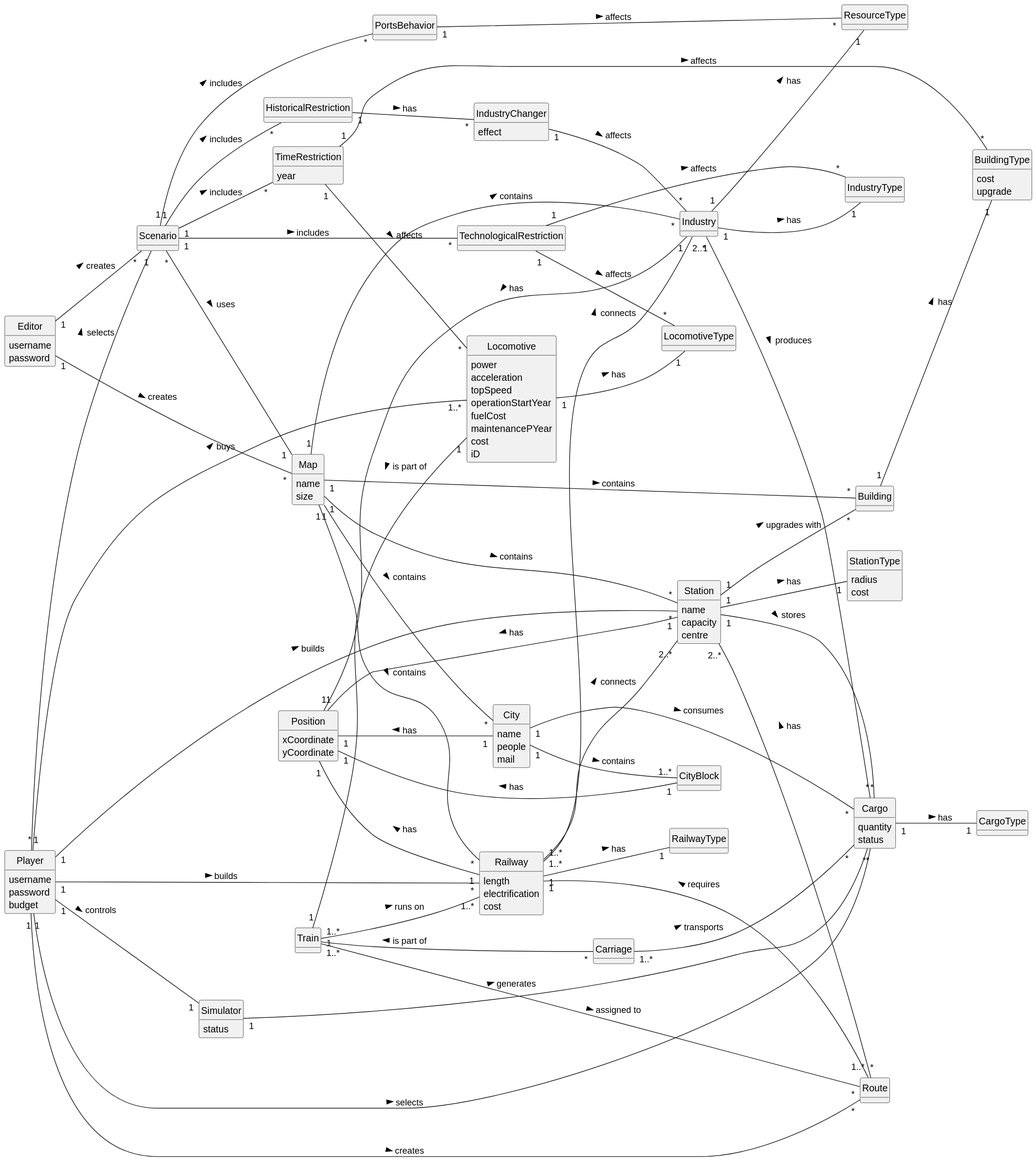
Above: Sprint2/global-artifacts/02.analysis/svg/DM.svg in 1240935/pi2-railway-simulator (PlantUML), before the change.
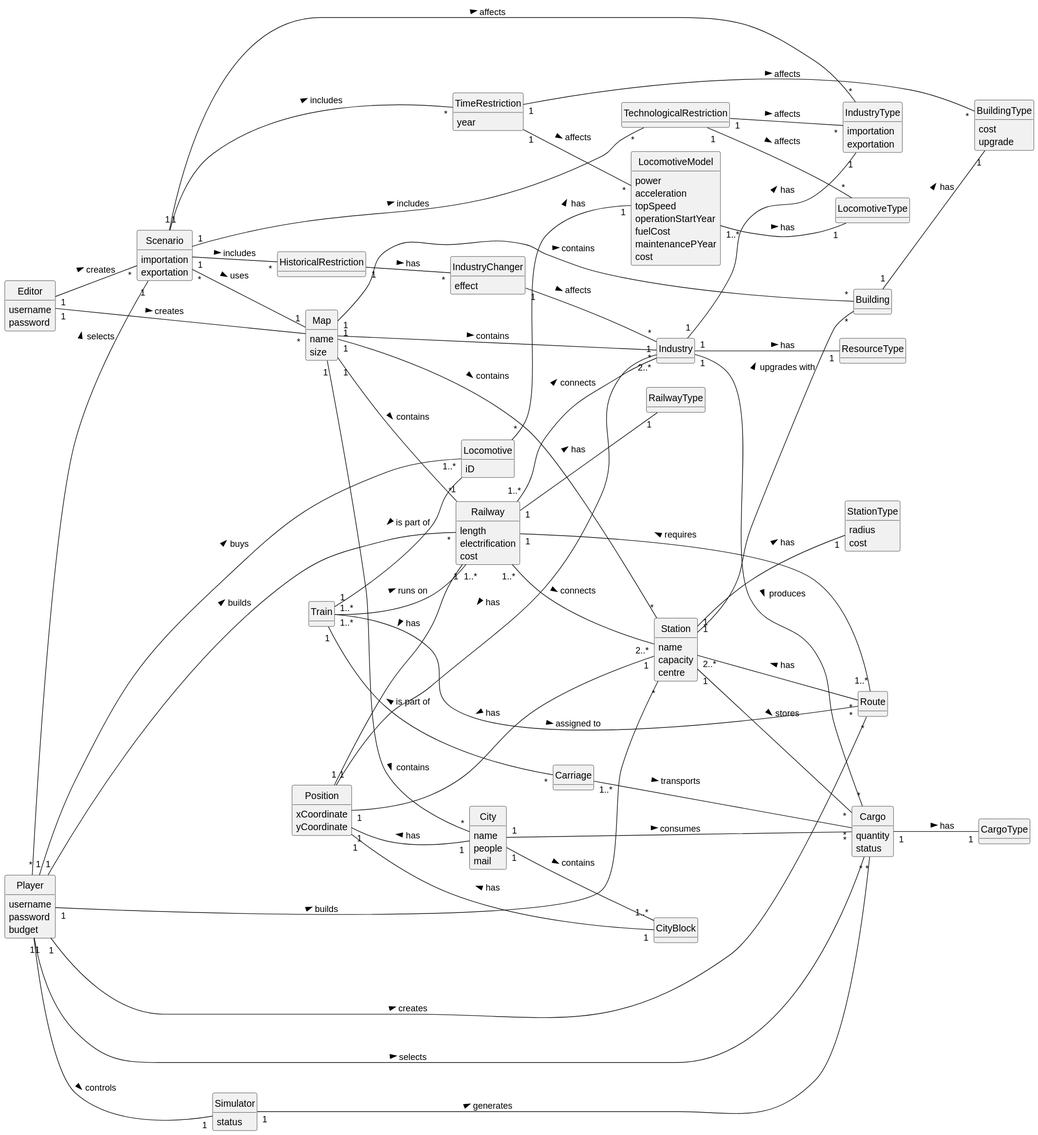
After the commit.

What changed in the source:
```diff
@@ -52,12 +52,16 @@
 }
 
 class IndustryType{
+    importation
+    exportation
 }
 
 class ResourceType{
 }
 
 class Scenario {
+    importation
+    exportation
 }
 
 class City {
@@ -87,6 +91,10 @@
 }
 
 class Locomotive {
+    iD
+}
+
+class LocomotiveModel{
     power
     acceleration
     topSpeed
@@ -94,7 +102,6 @@
     fuelCost
     maintenancePYear
     cost
-    iD
 }
 
 class LocomotiveType{
@@ -121,9 +128,6 @@
 }
 
 class TechnologicalRestriction{
-}
-
-class PortsBehavior{
 }
 
 class IndustryChanger{
@@ -167,18 +171,16 @@
 Scenario "1" -- "*" HistoricalRestriction: includes >
 Scenario "1" -- "*" TechnologicalRestriction: includes >
 Scenario "1" -- "*" TimeRestriction: includes >
-Scenario "1" -- "*" PortsBehavior: includes >
+Scenario "1" -- "*" IndustryType: affects >
 
 HistoricalRestriction "1" -- "*" IndustryChanger: has >
 IndustryChanger "1" -- "*" Industry: affects >
 
 TimeRestriction "1" -- "*" BuildingType: affects >
-TimeRestriction "1" -- "*" Locomotive: affects >
+TimeRestriction "1" -- "*" LocomotiveModel: affects >
 
 TechnologicalRestriction "1" -- "*" LocomotiveType: affects >
 TechnologicalRestriction "1" -- "*" IndustryType: affects >
-
-PortsBehavior "1" -- "*" ResourceType: affects >
 
 Station "1" -- "*" Building : upgrades with >
 Station "1" -- "*" Cargo : stores >
@@ -192,7 +194,8 @@
 Train "1..*" -- "*" Route : assigned to >
 Train "1..*" -- "1..*" Railway: runs on >
 
-Locomotive "1" -- "1" LocomotiveType: has >
+Locomotive "*" -- "1" LocomotiveModel: has >
+LocomotiveModel "1..*" -- "1" LocomotiveType: has >
 
 Carriage "1..*" -- "*" Cargo: transports >
 
```
